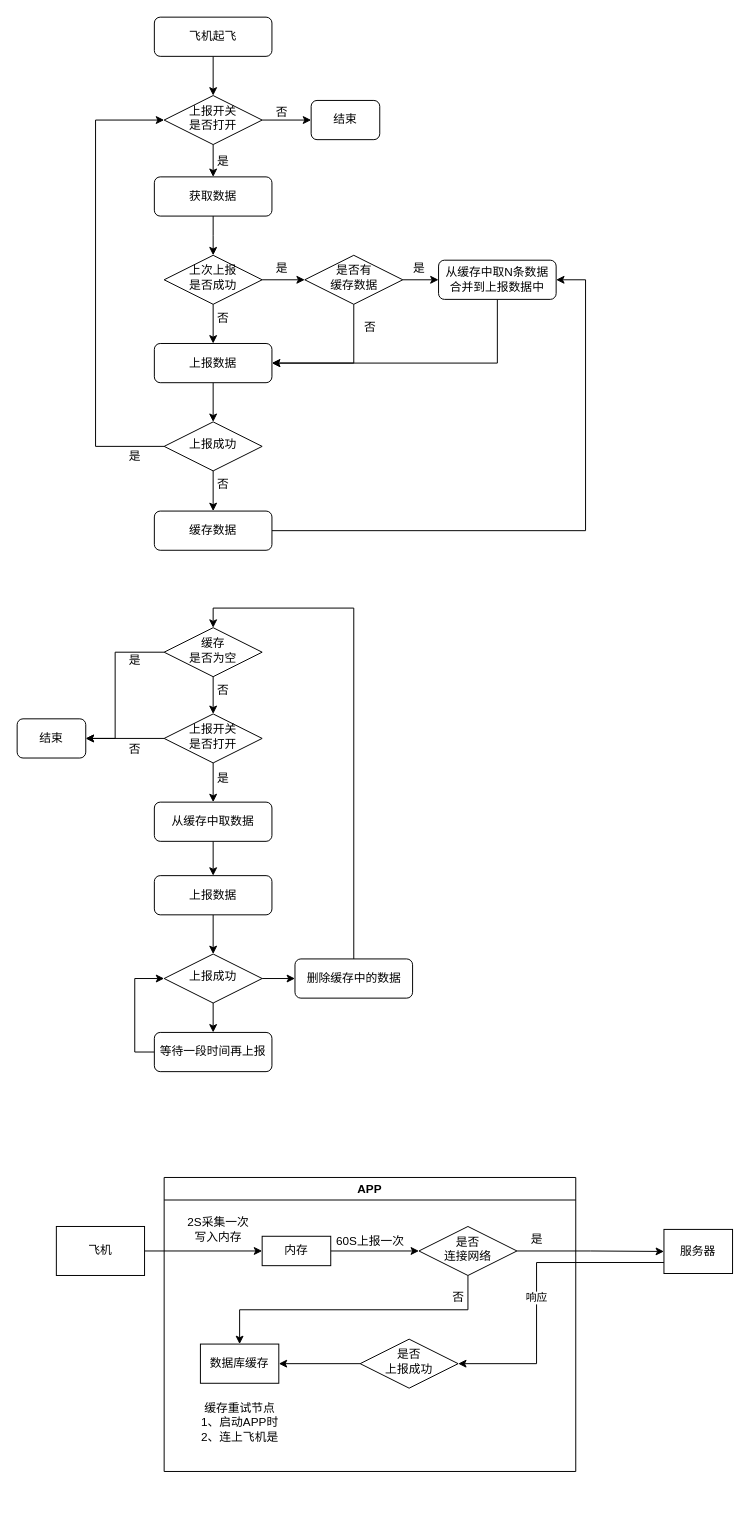
Above: 动态数据报送.drawio in xubinlu/AndroidNDK (draw.io), before the change. Source tidied: cells renumbered, new cells numbered last; positions are measured from the earlier drawing's top-left corner, leaving out a move shared by most shapes. Both pictures are drawn from the tidied source at 98%, with x=0, y=0 at pixel (17, 17).
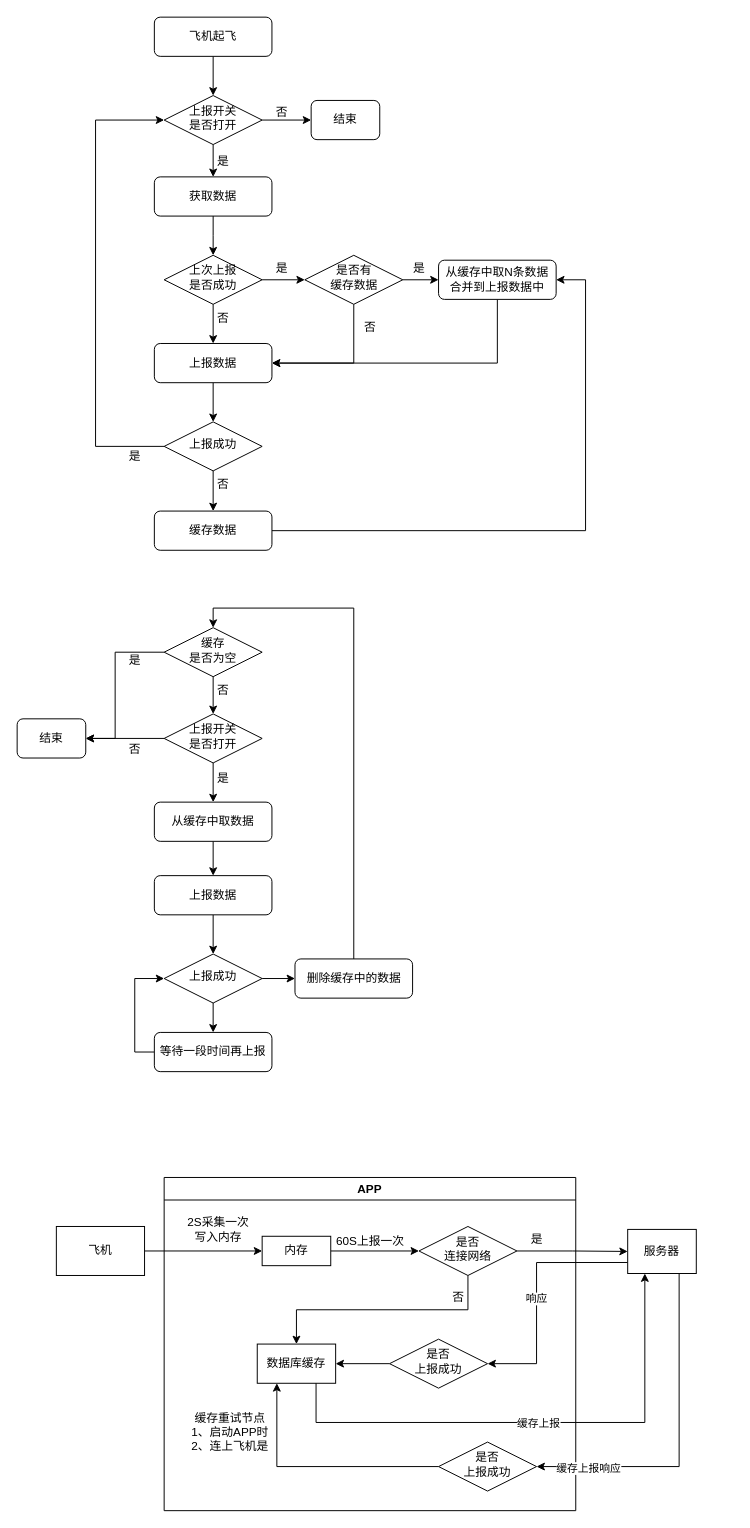
After the change.

Commit message:
更新动态数据报送.drawio

The edit, as a diff of the source:
```diff
@@
     <mxCell id="55" value="APP" style="swimlane;whiteSpace=wrap;html=1;" parent="1" vertex="1">
-      <mxGeometry x="150" y="1184" width="420" height="300" as="geometry" />
+      <mxGeometry x="150" y="1184" width="420" height="340" as="geometry" />
     </mxCell>
@@
     <mxCell id="60" value="数据库缓存" style="rounded=0;whiteSpace=wrap;html=1;" parent="55" vertex="1">
-      <mxGeometry x="37" y="170" width="80" height="40" as="geometry" />
+      <mxGeometry x="95" y="170" width="80" height="40" as="geometry" />
     </mxCell>
@@
     <mxCell id="62" value="是否&lt;br&gt;上报成功" style="rhombus;whiteSpace=wrap;html=1;shadow=0;fontFamily=Helvetica;fontSize=12;align=center;strokeWidth=1;spacing=6;spacingTop=-4;" parent="55" vertex="1">
-      <mxGeometry x="200" y="165" width="100" height="50" as="geometry" />
+      <mxGeometry x="230" y="165" width="100" height="50" as="geometry" />
     </mxCell>
@@
     <mxCell id="64" value="缓存重试节点&lt;br&gt;1、启动APP时&lt;br&gt;2、连上飞机是" style="text;html=1;align=center;verticalAlign=middle;strokeColor=none;fillColor=none;" parent="55" vertex="1">
-      <mxGeometry x="27" y="220" width="100" height="60" as="geometry" />
+      <mxGeometry x="17" y="230" width="100" height="60" as="geometry" />
     </mxCell>
@@
+    <mxCell id="74" style="edgeStyle=orthogonalEdgeStyle;rounded=0;jettySize=auto;html=1;exitX=0;exitY=0.5;exitDx=0;exitDy=0;entryX=0.25;entryY=1;entryDx=0;entryDy=0;" parent="55" edge="1" source="75" target="60">
+      <mxGeometry relative="1" as="geometry" />
+    </mxCell>
+    <mxCell id="75" value="是否&lt;br&gt;上报成功" style="rhombus;whiteSpace=wrap;html=1;shadow=0;fontFamily=Helvetica;fontSize=12;align=center;strokeWidth=1;spacing=6;spacingTop=-4;" parent="55" vertex="1">
+      <mxGeometry x="280" y="270" width="100" height="50" as="geometry" />
+    </mxCell>
@@
+    <mxCell id="76" style="edgeStyle=orthogonalEdgeStyle;rounded=0;jettySize=auto;html=1;exitX=0.75;exitY=1;exitDx=0;exitDy=0;entryX=1;entryY=0.5;entryDx=0;entryDy=0;" parent="1" edge="1" source="70" target="75">
+      <mxGeometry relative="1" as="geometry" />
+    </mxCell>
+    <mxCell id="77" value="缓存上报响应" style="edgeLabel;html=1;align=center;verticalAlign=middle;" parent="76" vertex="1">
+      <mxGeometry x="0.7" y="1" relative="1" as="geometry">
+        <mxPoint x="1" as="offset" />
+      </mxGeometry>
+    </mxCell>
     <mxCell id="70" value="服务器" style="rounded=0;whiteSpace=wrap;html=1;" parent="1" vertex="1">
-      <mxGeometry x="660" y="1237" width="70" height="45" as="geometry" />
+      <mxGeometry x="623" y="1237" width="70" height="45" as="geometry" />
     </mxCell>
@@
+    <mxCell id="78" style="edgeStyle=orthogonalEdgeStyle;rounded=0;jettySize=auto;html=1;exitX=0.75;exitY=1;exitDx=0;exitDy=0;entryX=0.25;entryY=1;entryDx=0;entryDy=0;" parent="1" edge="1" source="60" target="70">
+      <mxGeometry relative="1" as="geometry">
+        <Array as="points">
+          <mxPoint x="305" y="1434" />
+          <mxPoint x="641" y="1434" />
+        </Array>
+      </mxGeometry>
+    </mxCell>
+    <mxCell id="79" value="缓存上报" style="edgeLabel;html=1;align=center;verticalAlign=middle;" parent="78" vertex="1">
+      <mxGeometry x="0.01" relative="1" as="geometry" />
+    </mxCell>
```
